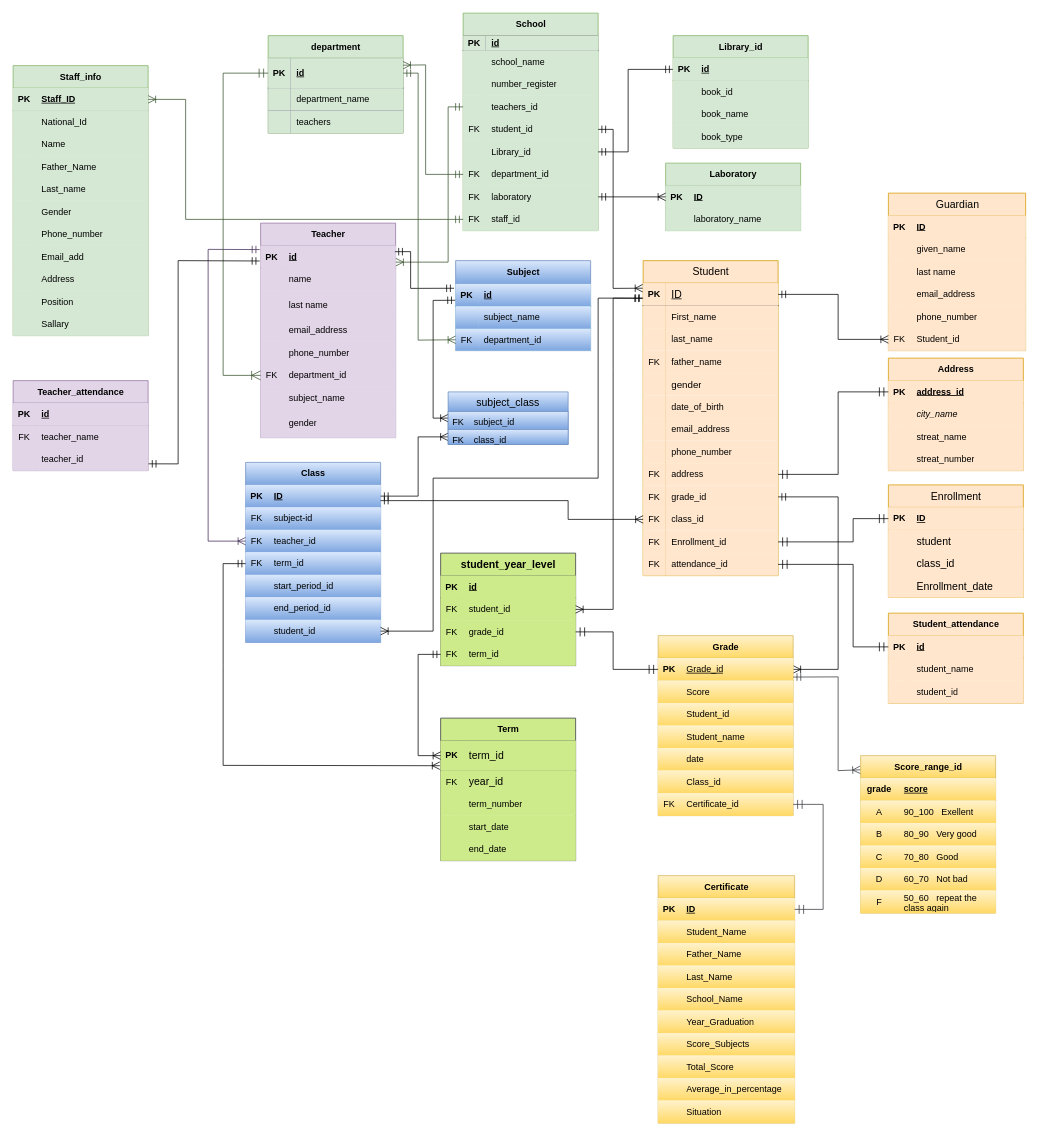
murtazaGharibyar1383/Database-for-school keeps this draw.io diagram as page "Page-1" (1 of 2) of ERD for School.drawio. Above is the earlier version. Source tidied: cells renumbered, new cells numbered last; positions are measured from the earlier drawing's top-left corner, leaving out a move shared by most shapes. Both pictures are drawn from the tidied source at 75%, with x=0, y=0 at pixel (13, 13).
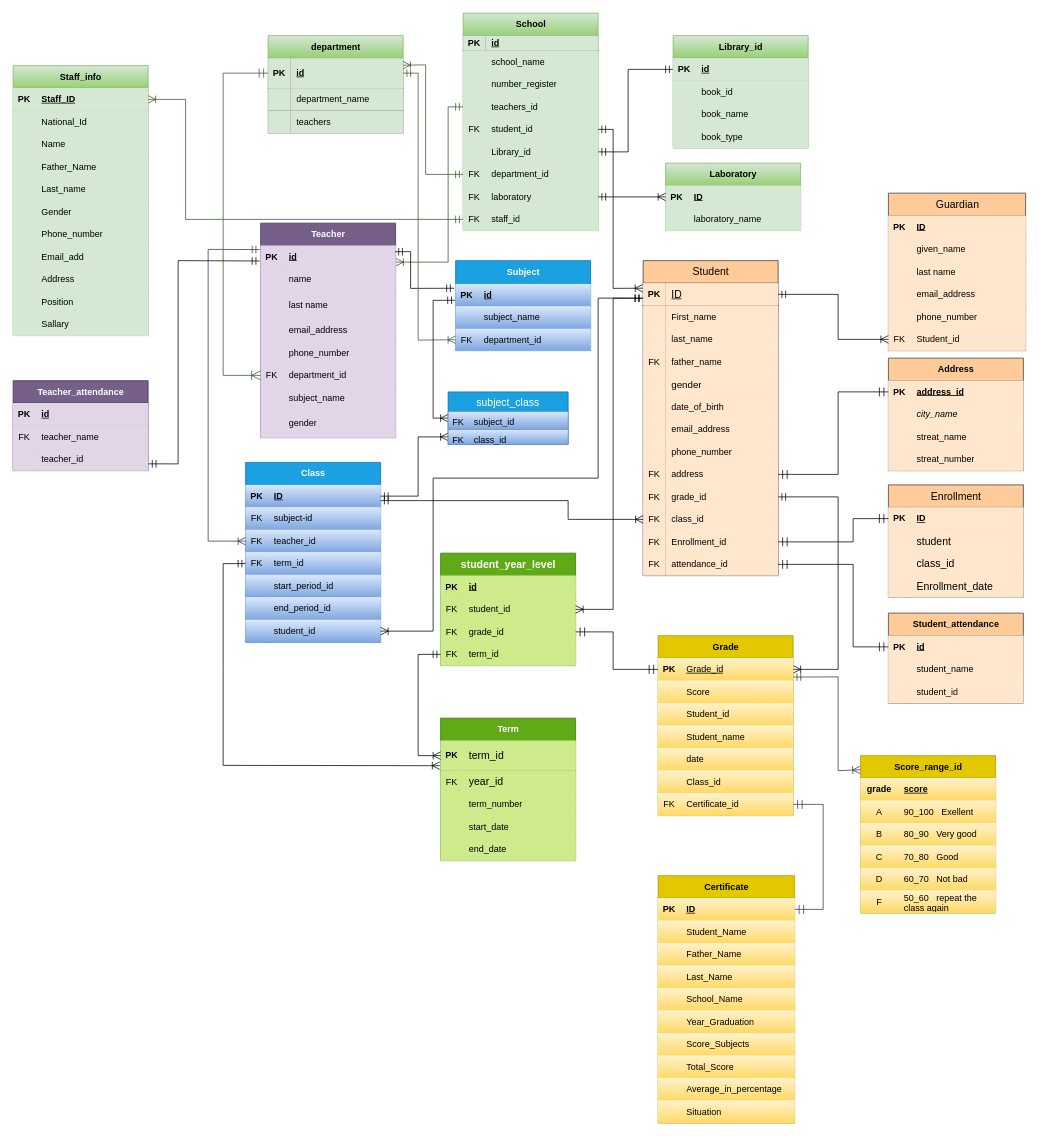
Above is the later version.

Change to the diagram source:
```diff
@@
-    <mxCell id="2" value="Student" style="shape=table;startSize=30;childLayout=tableLayout;rowLines=0;fontStyle=0;align=center;html=1;fontSize=14;labelBackgroundColor=none;fillColor=#ffe6cc;strokeColor=#d79b00;rounded=0;" parent="1" vertex="1">
+    <mxCell id="2" value="Student" style="shape=table;startSize=30;childLayout=tableLayout;rowLines=0;fontStyle=0;align=center;html=1;fontSize=14;labelBackgroundColor=none;fillColor=#ffcc99;strokeColor=#36393d;rounded=0;" parent="1" vertex="1">
       <mxGeometry x="840" y="330" width="180" height="420" as="geometry" />
     </mxCell>
@@
-    <mxCell id="42" value="Guardian" style="shape=table;startSize=30;childLayout=tableLayout;rowLines=0;align=center;html=1;fontSize=14;labelBackgroundColor=none;fillColor=#ffe6cc;strokeColor=#d79b00;rounded=0;" parent="1" vertex="1">
+    <mxCell id="42" value="Guardian" style="shape=table;startSize=30;childLayout=tableLayout;rowLines=0;align=center;html=1;fontSize=14;labelBackgroundColor=none;fillColor=#ffcc99;strokeColor=#36393d;rounded=0;" parent="1" vertex="1">
       <mxGeometry x="1167" y="240" width="183" height="210" as="geometry" />
     </mxCell>
@@
-    <mxCell id="61" value="Class" style="shape=table;startSize=30;childLayout=tableLayout;rowLines=0;fontStyle=1;align=center;html=1;labelBackgroundColor=none;fillColor=#dae8fc;rounded=0;strokeColor=#6c8ebf;gradientColor=#7ea6e0;" parent="1" vertex="1">
+    <mxCell id="61" value="Class" style="shape=table;startSize=30;childLayout=tableLayout;rowLines=0;fontStyle=1;align=center;html=1;labelBackgroundColor=none;fillColor=#1ba1e2;rounded=0;strokeColor=#006EAF;fontColor=#ffffff;" parent="1" vertex="1">
       <mxGeometry x="310" y="599" width="180" height="240" as="geometry" />
     </mxCell>
@@
-    <mxCell id="84" value="Subject" style="shape=table;startSize=31;childLayout=tableLayout;rowLines=0;fontStyle=1;align=center;html=1;labelBackgroundColor=none;fillColor=#dae8fc;strokeColor=#6c8ebf;rounded=0;gradientColor=#7ea6e0;" parent="1" vertex="1">
+    <mxCell id="84" value="Subject" style="shape=table;startSize=31;childLayout=tableLayout;rowLines=0;fontStyle=1;align=center;html=1;labelBackgroundColor=none;fillColor=#1ba1e2;strokeColor=#006EAF;rounded=0;fontColor=#ffffff;" parent="1" vertex="1">
       <mxGeometry x="590" y="330" width="180" height="120" as="geometry" />
     </mxCell>
@@
-    <mxCell id="94" value="Teacher" style="shape=table;startSize=30;childLayout=tableLayout;rowLines=0;fontStyle=1;align=center;html=1;labelBackgroundColor=none;fillColor=#e1d5e7;strokeColor=#9673a6;rounded=0;" parent="1" vertex="1">
+    <mxCell id="94" value="Teacher" style="shape=table;startSize=30;childLayout=tableLayout;rowLines=0;fontStyle=1;align=center;html=1;labelBackgroundColor=none;fillColor=#76608a;strokeColor=#432D57;rounded=0;fontColor=#ffffff;" parent="1" vertex="1">
       <mxGeometry x="330" y="280" width="180" height="286" as="geometry" />
     </mxCell>
@@
-    <mxCell id="119" value="Enrollment" style="shape=table;startSize=30;childLayout=tableLayout;rowLines=0;fontStyle=0;align=center;html=1;fontSize=14;labelBackgroundColor=none;fillColor=#ffe6cc;strokeColor=#d79b00;rounded=0;" parent="1" vertex="1">
+    <mxCell id="119" value="Enrollment" style="shape=table;startSize=30;childLayout=tableLayout;rowLines=0;fontStyle=0;align=center;html=1;fontSize=14;labelBackgroundColor=none;fillColor=#ffcc99;strokeColor=#36393d;rounded=0;" parent="1" vertex="1">
       <mxGeometry x="1167" y="629" width="180" height="150" as="geometry" />
     </mxCell>
@@
-    <mxCell id="135" value="Grade" style="shape=table;startSize=30;childLayout=tableLayout;rowLines=0;fontStyle=1;align=center;html=1;fillColor=#fff2cc;strokeColor=#d6b656;rounded=0;gradientColor=#ffd966;" parent="1" vertex="1">
+    <mxCell id="135" value="Grade" style="shape=table;startSize=30;childLayout=tableLayout;rowLines=0;fontStyle=1;align=center;html=1;fillColor=#e3c800;strokeColor=#B09500;rounded=0;fontColor=#000000;" parent="1" vertex="1">
       <mxGeometry x="860" y="830" width="180" height="240" as="geometry" />
     </mxCell>
@@
-    <mxCell id="157" value="School" style="shape=table;startSize=30;childLayout=tableLayout;rowLines=0;fontStyle=1;align=center;html=1;fillColor=#d5e8d4;strokeColor=#82b366;rounded=0;" parent="1" vertex="1">
+    <mxCell id="157" value="School" style="shape=table;startSize=30;childLayout=tableLayout;rowLines=0;fontStyle=1;align=center;html=1;fillColor=#d5e8d4;strokeColor=#82b366;rounded=0;gradientColor=#97d077;" parent="1" vertex="1">
       <mxGeometry x="600" width="180" height="290" as="geometry" />
     </mxCell>
@@
-    <mxCell id="188" value="Library_id" style="shape=table;startSize=30;childLayout=tableLayout;rowLines=0;fontStyle=1;align=center;html=1;fillColor=#d5e8d4;strokeColor=#82b366;rounded=0;" parent="1" vertex="1">
+    <mxCell id="188" value="Library_id" style="shape=table;startSize=30;childLayout=tableLayout;rowLines=0;fontStyle=1;align=center;html=1;fillColor=#d5e8d4;strokeColor=#82b366;rounded=0;gradientColor=#97d077;" parent="1" vertex="1">
       <mxGeometry x="880" y="30" width="180" height="150" as="geometry" />
     </mxCell>
@@
-    <mxCell id="201" value="department" style="shape=table;startSize=30;childLayout=tableLayout;rowLines=0;fontStyle=1;align=center;html=1;fillColor=#d5e8d4;strokeColor=#82b366;rounded=0;" parent="1" vertex="1">
+    <mxCell id="201" value="department" style="shape=table;startSize=30;childLayout=tableLayout;rowLines=0;fontStyle=1;align=center;html=1;fillColor=#d5e8d4;strokeColor=#82b366;rounded=0;gradientColor=#97d077;" parent="1" vertex="1">
       <mxGeometry x="340" y="30" width="180" height="130" as="geometry" />
     </mxCell>
@@
-    <mxCell id="213" value="Student_attendance" style="shape=table;startSize=30;childLayout=tableLayout;rowLines=0;fontStyle=1;align=center;html=1;fillColor=#ffe6cc;strokeColor=#d79b00;rounded=0;" parent="1" vertex="1">
+    <mxCell id="213" value="Student_attendance" style="shape=table;startSize=30;childLayout=tableLayout;rowLines=0;fontStyle=1;align=center;html=1;fillColor=#ffcc99;strokeColor=#36393d;rounded=0;" parent="1" vertex="1">
       <mxGeometry x="1167" y="800" width="180" height="120" as="geometry" />
     </mxCell>
@@
-    <mxCell id="223" value="Teacher_attendance" style="shape=table;startSize=30;childLayout=tableLayout;rowLines=0;fontStyle=1;align=center;html=1;fillColor=#e1d5e7;strokeColor=#9673a6;rounded=0;" parent="1" vertex="1">
+    <mxCell id="223" value="Teacher_attendance" style="shape=table;startSize=30;childLayout=tableLayout;rowLines=0;fontStyle=1;align=center;html=1;fillColor=#76608a;strokeColor=#432D57;rounded=0;fontColor=#ffffff;" parent="1" vertex="1">
       <mxGeometry y="490" width="180" height="120" as="geometry" />
     </mxCell>
@@
-    <mxCell id="235" value="Address" style="shape=table;startSize=30;childLayout=tableLayout;rowLines=0;fontStyle=1;align=center;html=1;fillColor=#ffe6cc;strokeColor=#d79b00;" parent="1" vertex="1">
+    <mxCell id="235" value="Address" style="shape=table;startSize=30;childLayout=tableLayout;rowLines=0;fontStyle=1;align=center;html=1;fillColor=#ffcc99;strokeColor=#36393d;" parent="1" vertex="1">
       <mxGeometry x="1167" y="460" width="180" height="150" as="geometry" />
     </mxCell>
@@
-    <mxCell id="248" value="Term" style="shape=table;startSize=30;childLayout=tableLayout;rowLines=0;fontStyle=1;align=center;html=1;fillColor=#cdeb8b;strokeColor=#36393d;" parent="1" vertex="1">
+    <mxCell id="248" value="Term" style="shape=table;startSize=30;childLayout=tableLayout;rowLines=0;fontStyle=1;align=center;html=1;fillColor=#60a917;strokeColor=#2D7600;fontColor=#ffffff;" parent="1" vertex="1">
       <mxGeometry x="570" y="940" width="180" height="190" as="geometry" />
     </mxCell>
@@
-    <mxCell id="266" value="student_year_level" style="shape=table;startSize=30;childLayout=tableLayout;rowLines=0;align=center;html=1;fontSize=14;fontStyle=1;fillColor=#cdeb8b;strokeColor=#36393d;" parent="1" vertex="1">
+    <mxCell id="266" value="student_year_level" style="shape=table;startSize=30;childLayout=tableLayout;rowLines=0;align=center;html=1;fontSize=14;fontStyle=1;fillColor=#60a917;strokeColor=#2D7600;fontColor=#ffffff;" parent="1" vertex="1">
       <mxGeometry x="570" y="720" width="180" height="150" as="geometry" />
     </mxCell>
@@
-    <mxCell id="286" value="subject_class" style="swimlane;fontStyle=0;horizontal=1;startSize=26;align=center;fontSize=14;fillColor=#dae8fc;strokeColor=#6c8ebf;gradientColor=#7ea6e0;" parent="1" vertex="1">
+    <mxCell id="286" value="subject_class" style="swimlane;fontStyle=0;horizontal=1;startSize=26;align=center;fontSize=14;fillColor=#1ba1e2;strokeColor=#006EAF;fontColor=#ffffff;" parent="1" vertex="1">
       <mxGeometry x="580" y="505" width="160" height="70" as="geometry" />
     </mxCell>
@@
-    <mxCell id="290" value="Score_range_id" style="shape=table;startSize=30;childLayout=tableLayout;rowLines=0;fontStyle=1;align=center;html=1;fillColor=#fff2cc;strokeColor=#d6b656;gradientColor=#ffd966;" parent="1" vertex="1">
+    <mxCell id="290" value="Score_range_id" style="shape=table;startSize=30;childLayout=tableLayout;rowLines=0;fontStyle=1;align=center;html=1;fillColor=#e3c800;strokeColor=#B09500;fontColor=#000000;" parent="1" vertex="1">
       <mxGeometry x="1130" y="990" width="180" height="210" as="geometry" />
     </mxCell>
@@
-    <mxCell id="311" value="Laboratory" style="shape=table;startSize=30;childLayout=tableLayout;rowLines=0;fontStyle=1;align=center;html=1;fillColor=#d5e8d4;strokeColor=#82b366;" parent="1" vertex="1">
+    <mxCell id="311" value="Laboratory" style="shape=table;startSize=30;childLayout=tableLayout;rowLines=0;fontStyle=1;align=center;html=1;fillColor=#d5e8d4;strokeColor=#82b366;gradientColor=#97d077;" parent="1" vertex="1">
       <mxGeometry x="870" y="200" width="180" height="90" as="geometry" />
     </mxCell>
@@
-    <mxCell id="319" value="Certificate" style="shape=table;startSize=30;childLayout=tableLayout;rowLines=0;fontStyle=1;align=center;html=1;fillColor=#fff2cc;strokeColor=#d6b656;gradientColor=#ffd966;" parent="1" vertex="1">
+    <mxCell id="319" value="Certificate" style="shape=table;startSize=30;childLayout=tableLayout;rowLines=0;fontStyle=1;align=center;html=1;fillColor=#e3c800;strokeColor=#B09500;fontColor=#000000;" parent="1" vertex="1">
       <mxGeometry x="860" y="1150" width="182" height="330" as="geometry" />
     </mxCell>
@@
-    <mxCell id="351" value="Staff_info" style="shape=table;startSize=30;childLayout=tableLayout;rowLines=0;fontStyle=1;align=center;html=1;fillColor=#d5e8d4;strokeColor=#82b366;" parent="1" vertex="1">
+    <mxCell id="351" value="Staff_info" style="shape=table;startSize=30;childLayout=tableLayout;rowLines=0;fontStyle=1;align=center;html=1;fillColor=#d5e8d4;strokeColor=#82b366;gradientColor=#97d077;" parent="1" vertex="1">
       <mxGeometry y="70" width="180" height="360" as="geometry" />
     </mxCell>
```
